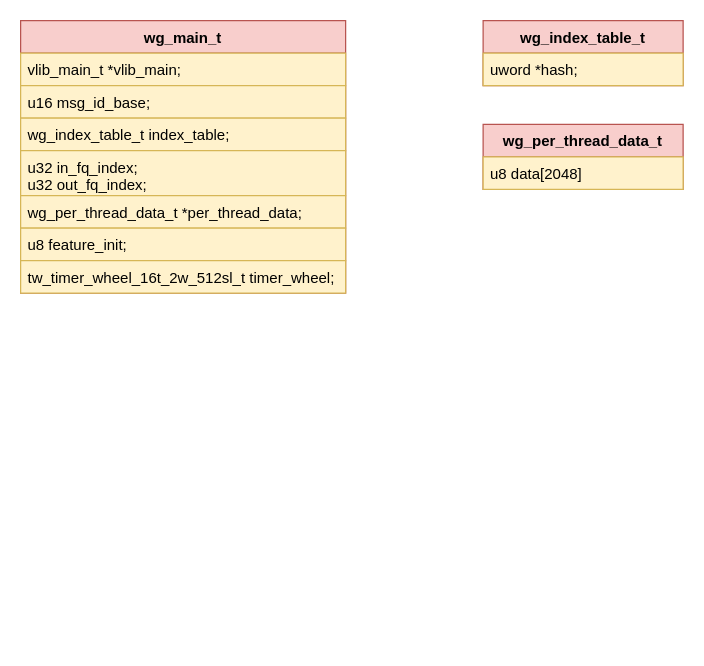
The draw.io diagram new_map/wireguard.drawio in jin13417/dpdk-vpp-learning, before the edit. Source tidied: cells renumbered, new cells numbered last; positions are measured from the earlier drawing's top-left corner, leaving out a move shared by most shapes. Both pictures are drawn from the tidied source at 125%, with x=0, y=0 at pixel (20, 20).
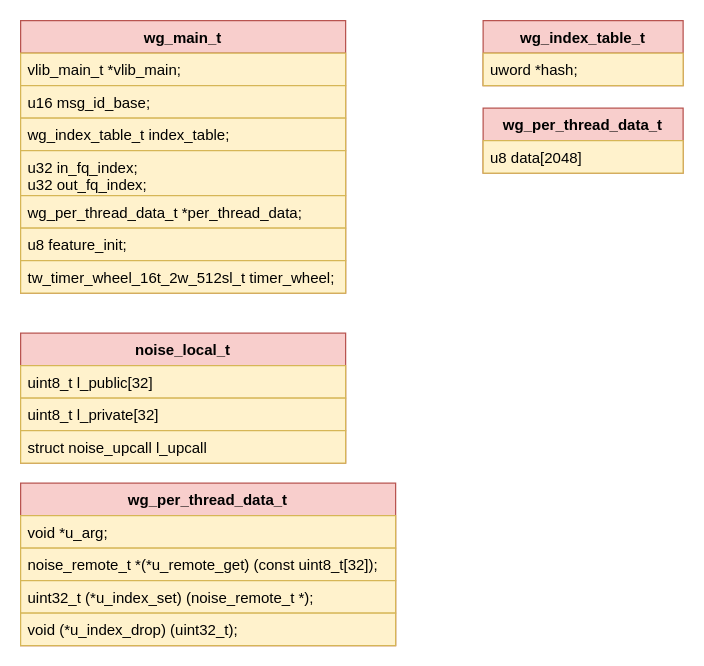
The same page after the edit.

The edit, as a diff of the source:
```diff
@@
     <mxCell id="12" value="wg_per_thread_data_t" style="swimlane;fontStyle=1;align=center;verticalAlign=top;horizontal=1;startSize=26;fillColor=#f8cecc;strokeColor=#b85450;" parent="1" vertex="1">
-      <mxGeometry x="370" y="83" width="160" height="52" as="geometry" />
+      <mxGeometry x="370" y="70" width="160" height="52" as="geometry" />
     </mxCell>
@@
+    <mxCell id="14" value="noise_local_t" style="swimlane;fontStyle=1;align=center;verticalAlign=top;horizontal=1;startSize=26;fillColor=#f8cecc;strokeColor=#b85450;" parent="1" vertex="1">
+      <mxGeometry y="250" width="260" height="104" as="geometry" />
+    </mxCell>
+    <mxCell id="15" value="uint8_t l_public[32]" style="text;strokeColor=#d6b656;fillColor=#fff2cc;align=left;verticalAlign=top;spacingLeft=4;spacingRight=4;overflow=hidden;" parent="14" vertex="1">
+      <mxGeometry y="26" width="260" height="26" as="geometry" />
+    </mxCell>
+    <mxCell id="16" value="uint8_t l_private[32]" style="text;strokeColor=#d6b656;fillColor=#fff2cc;align=left;verticalAlign=top;spacingLeft=4;spacingRight=4;overflow=hidden;" parent="14" vertex="1">
+      <mxGeometry y="52" width="260" height="26" as="geometry" />
+    </mxCell>
+    <mxCell id="17" value="struct noise_upcall l_upcall" style="text;strokeColor=#d6b656;fillColor=#fff2cc;align=left;verticalAlign=top;spacingLeft=4;spacingRight=4;overflow=hidden;" parent="14" vertex="1">
+      <mxGeometry y="78" width="260" height="26" as="geometry" />
+    </mxCell>
+    <mxCell id="18" value="wg_per_thread_data_t" style="swimlane;fontStyle=1;align=center;verticalAlign=top;horizontal=1;startSize=26;fillColor=#f8cecc;strokeColor=#b85450;" parent="1" vertex="1">
+      <mxGeometry y="370" width="300" height="130" as="geometry" />
+    </mxCell>
+    <mxCell id="19" value="void *u_arg;" style="text;strokeColor=#d6b656;fillColor=#fff2cc;align=left;verticalAlign=top;spacingLeft=4;spacingRight=4;overflow=hidden;" parent="18" vertex="1">
+      <mxGeometry y="26" width="300" height="26" as="geometry" />
+    </mxCell>
+    <mxCell id="20" value="noise_remote_t *(*u_remote_get) (const uint8_t[32]);" style="text;strokeColor=#d6b656;fillColor=#fff2cc;align=left;verticalAlign=top;spacingLeft=4;spacingRight=4;overflow=hidden;" parent="18" vertex="1">
+      <mxGeometry y="52" width="300" height="26" as="geometry" />
+    </mxCell>
+    <mxCell id="21" value="uint32_t (*u_index_set) (noise_remote_t *);" style="text;strokeColor=#d6b656;fillColor=#fff2cc;align=left;verticalAlign=top;spacingLeft=4;spacingRight=4;overflow=hidden;" parent="18" vertex="1">
+      <mxGeometry y="78" width="300" height="26" as="geometry" />
+    </mxCell>
+    <mxCell id="22" value="void (*u_index_drop) (uint32_t);" style="text;strokeColor=#d6b656;fillColor=#fff2cc;align=left;verticalAlign=top;spacingLeft=4;spacingRight=4;overflow=hidden;" parent="18" vertex="1">
+      <mxGeometry y="104" width="300" height="26" as="geometry" />
+    </mxCell>
```
